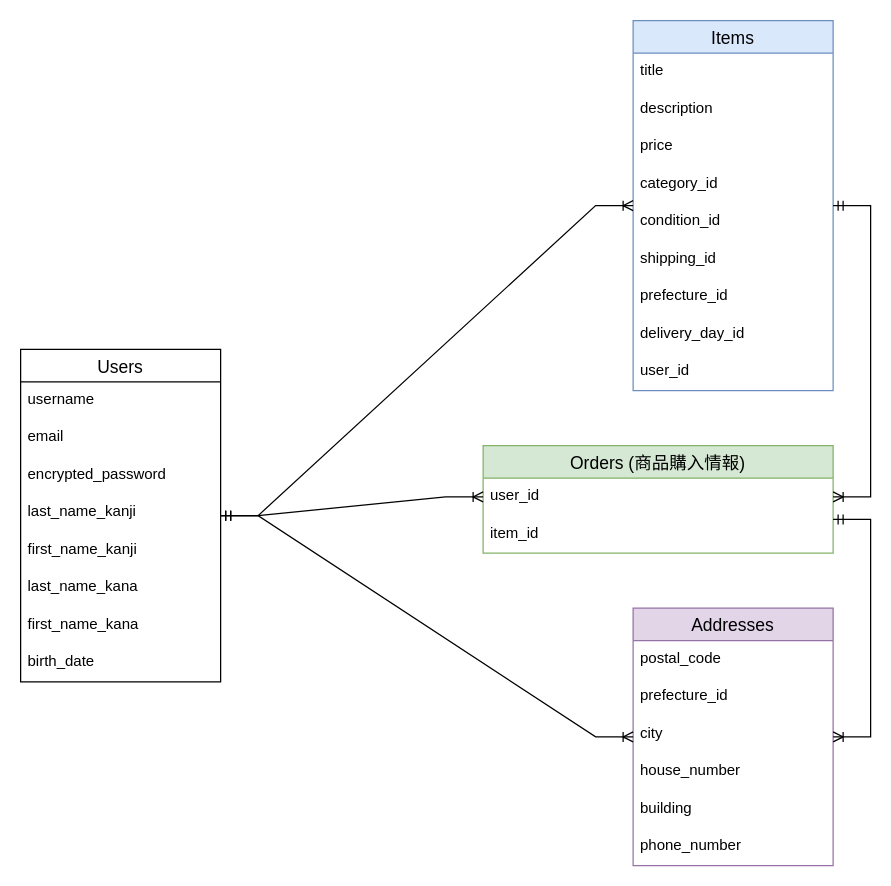
Before: test.dio in IP-C/furima-39441-d, a draw.io diagram. Source tidied: cells renumbered, new cells numbered last; positions are measured from the earlier drawing's top-left corner, leaving out a move shared by most shapes. Both pictures are drawn from the tidied source at 125%, with x=0, y=0 at pixel (20, 20).
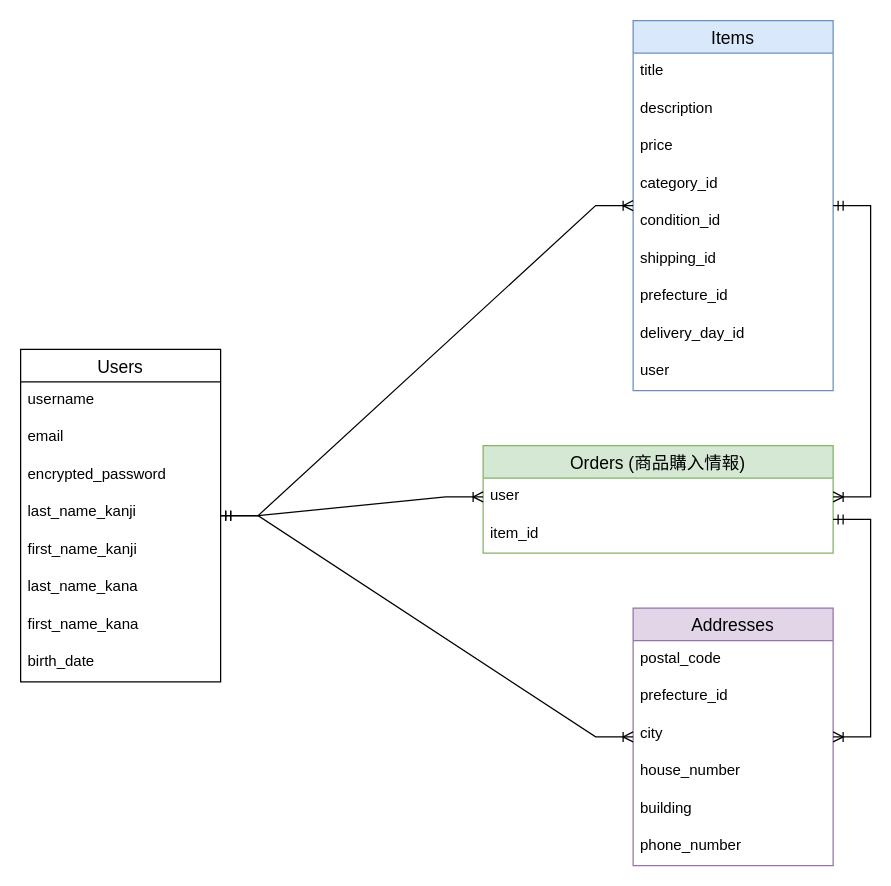
After the change.

The change refers to these unchanged cells:
```xml
<mxCell id="11" value="Items" style="swimlane;fontStyle=0;horizontal=1;startSize=26;align=center;fontSize=14;fillColor=#dae8fc;strokeColor=#6c8ebf;" parent="1" vertex="1">
  <mxGeometry x="490" width="160" height="296" as="geometry" />
</mxCell>
<mxCell id="21" value="Orders (商品購入情報)" style="swimlane;fontStyle=0;horizontal=1;startSize=26;align=center;fontSize=14;fillColor=#d5e8d4;strokeColor=#82b366;" parent="1" vertex="1">
  <mxGeometry x="370" y="340" width="280" height="86" as="geometry" />
</mxCell>
```

The edit, as a diff of the source:
```diff
@@
-    <mxCell id="20" value="user_id" style="text;strokeColor=none;fillColor=none;spacingLeft=4;spacingRight=4;overflow=hidden;fontSize=12;" parent="11" vertex="1">
+    <mxCell id="20" value="user" style="text;strokeColor=none;fillColor=none;spacingLeft=4;spacingRight=4;overflow=hidden;fontSize=12;" parent="11" vertex="1">
       <mxGeometry y="266" width="160" height="30" as="geometry" />
     </mxCell>
@@
-    <mxCell id="22" value="user_id" style="text;strokeColor=none;fillColor=none;spacingLeft=4;spacingRight=4;overflow=hidden;points=[[0,0.5],[1,0.5]];portConstraint=eastwest;fontSize=12;" parent="21" vertex="1">
+    <mxCell id="22" value="user" style="text;strokeColor=none;fillColor=none;spacingLeft=4;spacingRight=4;overflow=hidden;points=[[0,0.5],[1,0.5]];portConstraint=eastwest;fontSize=12;" parent="21" vertex="1">
       <mxGeometry y="26" width="280" height="30" as="geometry" />
     </mxCell>
```
